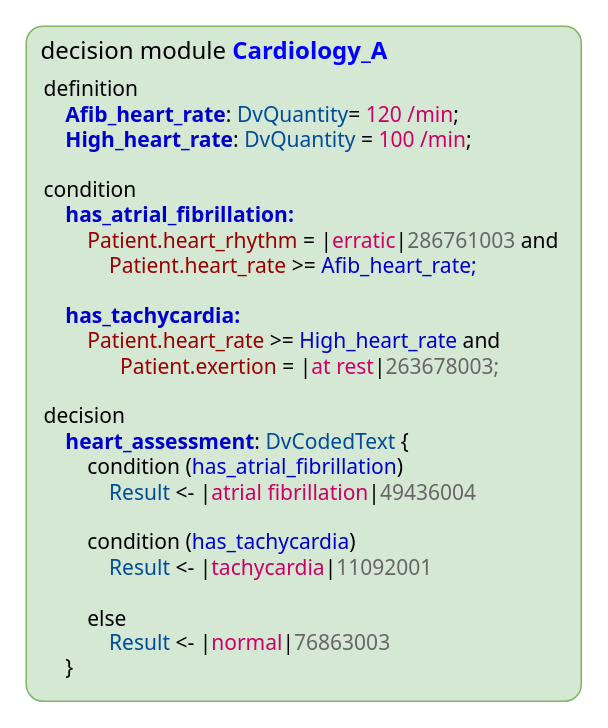
The draw.io diagram docs/decision_language/diagrams/representation_basic.drawio in openEHR/specifications-PROC, before the edit. Source tidied: cells renumbered, new cells numbered last; positions are measured from the earlier drawing's top-left corner, leaving out a move shared by most shapes. Both pictures are drawn from the tidied source at 150%, with x=0, y=0 at pixel (26, 26).
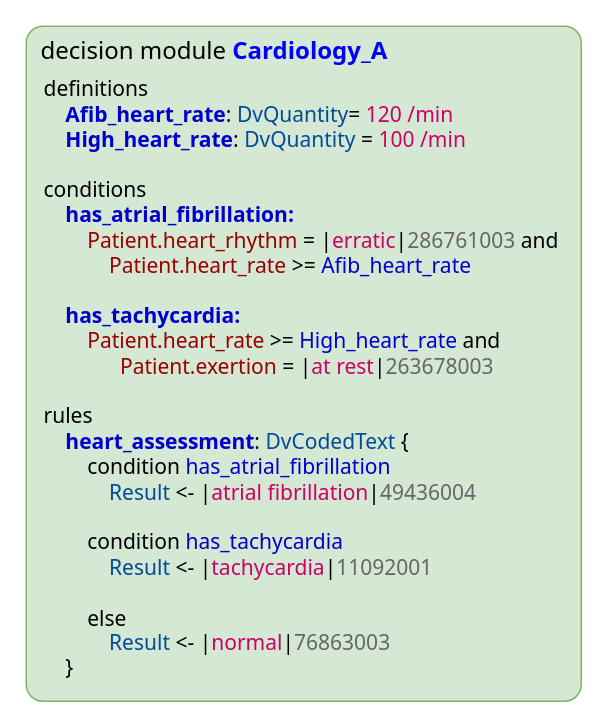
After the change.

What changed in the source:
```diff
@@
 <mxGraphModel>
   <root>
     <mxCell id="0" />
     <mxCell id="1" parent="0" />
     <mxCell id="2" value="&lt;div style=&quot;text-align: center ; font-size: 16px&quot;&gt;decision module&amp;nbsp;&lt;b style=&quot;font-size: 16px&quot;&gt;&lt;font color=&quot;#0000ff&quot; style=&quot;font-size: 16px&quot;&gt;Cardiology_A&lt;/font&gt;&lt;/b&gt;&lt;/div&gt;&lt;font color=&quot;#595959&quot; style=&quot;font-size: 16px&quot;&gt;&lt;div style=&quot;text-align: center ; font-size: 16px&quot;&gt;&lt;span style=&quot;font-size: 16px&quot;&gt;&amp;nbsp; &amp;nbsp; &amp;nbsp; &amp;nbsp; &amp;nbsp;&lt;/span&gt;&lt;span style=&quot;font-size: 16px&quot;&gt;&amp;nbsp; &amp;nbsp; &amp;nbsp; &amp;nbsp;&lt;/span&gt;&lt;/div&gt;&lt;/font&gt;" style="rounded=1;whiteSpace=wrap;html=1;fontSize=16;arcSize=3;verticalAlign=top;fillColor=#d5e8d4;strokeColor=#82b366;align=left;spacingLeft=8;fontFamily=Tahoma;" parent="1" vertex="1">
       <mxGeometry width="370" height="450" as="geometry" />
     </mxCell>
-    <mxCell id="3" value="definition&lt;br style=&quot;font-size: 14px&quot;&gt;&lt;b style=&quot;color: rgb(0 , 0 , 204) ; font-size: 14px&quot;&gt;&amp;nbsp; &amp;nbsp; Afib_heart_rate&lt;/b&gt;:&amp;nbsp;&lt;font color=&quot;#004c99&quot; style=&quot;font-size: 14px&quot;&gt;DvQuantity&lt;/font&gt;= &lt;font color=&quot;#cc0066&quot;&gt;120 /min&lt;/font&gt;;&lt;br style=&quot;font-size: 14px&quot;&gt;&lt;font color=&quot;#0000cc&quot; style=&quot;font-size: 14px&quot;&gt;&lt;b style=&quot;font-size: 14px&quot;&gt;&amp;nbsp; &amp;nbsp; High_heart_rate&lt;/b&gt;&lt;/font&gt;:&amp;nbsp;&lt;span style=&quot;color: rgb(0 , 76 , 153) ; font-size: 14px&quot;&gt;DvQuantity&lt;/span&gt;&amp;nbsp;= &lt;font color=&quot;#cc0066&quot;&gt;100 /min&lt;/font&gt;;&lt;br style=&quot;font-size: 14px&quot;&gt;&lt;br style=&quot;font-size: 14px&quot;&gt;condition&lt;br style=&quot;font-size: 14px&quot;&gt;&lt;font color=&quot;#0000cc&quot; style=&quot;font-size: 14px&quot;&gt;&lt;b style=&quot;font-size: 14px&quot;&gt;&amp;nbsp; &amp;nbsp; has_atrial_fibrillation:&lt;/b&gt;&lt;/font&gt;&lt;br style=&quot;font-size: 14px&quot;&gt;&amp;nbsp; &amp;nbsp; &amp;nbsp; &amp;nbsp;&amp;nbsp;&lt;font color=&quot;#990000&quot; style=&quot;font-size: 14px&quot;&gt;Patient.heart_rhythm&lt;/font&gt;&amp;nbsp;= |&lt;font color=&quot;#cc0066&quot;&gt;erratic&lt;/font&gt;|&lt;font color=&quot;#666666&quot;&gt;286761003&lt;/font&gt;&amp;nbsp;and&amp;nbsp;&lt;br style=&quot;font-size: 14px&quot;&gt;&amp;nbsp; &amp;nbsp; &amp;nbsp; &amp;nbsp; &amp;nbsp; &amp;nbsp;&amp;nbsp;&lt;font color=&quot;#990000&quot; style=&quot;font-size: 14px&quot;&gt;Patient.heart_rate&lt;/font&gt;&amp;nbsp;&amp;gt;=&amp;nbsp;&lt;font color=&quot;#0000cc&quot; style=&quot;font-size: 14px&quot;&gt;Afib_heart_rate;&lt;/font&gt;&lt;br style=&quot;font-size: 14px&quot;&gt;&lt;br style=&quot;font-size: 14px&quot;&gt;&lt;font color=&quot;#0000cc&quot; style=&quot;font-size: 14px&quot;&gt;&lt;b style=&quot;font-size: 14px&quot;&gt;&amp;nbsp; &amp;nbsp; has_tachycardia:&lt;/b&gt;&lt;/font&gt;&lt;br style=&quot;font-size: 14px&quot;&gt;&amp;nbsp; &amp;nbsp; &amp;nbsp; &amp;nbsp;&amp;nbsp;&lt;font color=&quot;#990000&quot; style=&quot;font-size: 14px&quot;&gt;Patient.heart_rate&lt;/font&gt;&amp;nbsp;&amp;gt;=&amp;nbsp;&lt;font color=&quot;#0000cc&quot; style=&quot;font-size: 14px&quot;&gt;High_heart_rate&lt;/font&gt;&amp;nbsp;and&amp;nbsp;&lt;br style=&quot;font-size: 14px&quot;&gt;&amp;nbsp; &amp;nbsp; &amp;nbsp; &amp;nbsp; &amp;nbsp; &amp;nbsp; &amp;nbsp; &lt;font color=&quot;#990000&quot; style=&quot;font-size: 14px&quot;&gt;Patient.exertion&lt;/font&gt;&amp;nbsp;= |&lt;font color=&quot;#cc0066&quot; style=&quot;font-size: 14px&quot;&gt;at rest&lt;/font&gt;|&lt;font color=&quot;#666666&quot;&gt;263678003;&lt;/font&gt;&lt;br style=&quot;font-size: 14px&quot;&gt;&lt;br style=&quot;font-size: 14px&quot;&gt;decision&lt;br style=&quot;font-size: 14px&quot;&gt;&lt;font color=&quot;#0000cc&quot; style=&quot;font-size: 14px&quot;&gt;&lt;b style=&quot;font-size: 14px&quot;&gt;&amp;nbsp; &amp;nbsp; heart_assessment&lt;/b&gt;&lt;/font&gt;: &lt;font color=&quot;#004c99&quot; style=&quot;font-size: 14px&quot;&gt;DvCodedText&lt;/font&gt;&amp;nbsp;{&lt;br style=&quot;font-size: 14px&quot;&gt;&amp;nbsp; &amp;nbsp; &amp;nbsp; &amp;nbsp; condition (&lt;font color=&quot;#0000cc&quot; style=&quot;font-size: 14px&quot;&gt;has_atrial_fibrillation&lt;/font&gt;)&amp;nbsp;&lt;br style=&quot;font-size: 14px&quot;&gt;&amp;nbsp; &amp;nbsp; &amp;nbsp; &amp;nbsp; &amp;nbsp; &amp;nbsp;&amp;nbsp;&lt;span style=&quot;color: rgb(0 , 76 , 153) ; font-size: 14px&quot;&gt;Result&lt;/span&gt;&amp;nbsp;&amp;lt;-&amp;nbsp;|&lt;font color=&quot;#cc0066&quot; style=&quot;font-size: 14px&quot;&gt;atrial fibrillation&lt;/font&gt;|&lt;font color=&quot;#666666&quot;&gt;49436004&lt;/font&gt;&lt;br style=&quot;font-size: 14px&quot;&gt;&lt;br style=&quot;font-size: 14px&quot;&gt;&amp;nbsp; &amp;nbsp; &amp;nbsp; &amp;nbsp; condition (&lt;font color=&quot;#0000cc&quot; style=&quot;font-size: 14px&quot;&gt;has_tachycardia&lt;/font&gt;)&lt;br style=&quot;font-size: 14px&quot;&gt;&amp;nbsp; &amp;nbsp; &amp;nbsp; &amp;nbsp; &amp;nbsp; &amp;nbsp;&amp;nbsp;&lt;span style=&quot;color: rgb(0 , 76 , 153) ; font-size: 14px&quot;&gt;Result&lt;/span&gt;&amp;nbsp;&amp;lt;-&amp;nbsp;|&lt;font color=&quot;#cc0066&quot; style=&quot;font-size: 14px&quot;&gt;tachycardia&lt;/font&gt;|&lt;font color=&quot;#666666&quot;&gt;11092001&lt;/font&gt;&lt;br style=&quot;font-size: 14px&quot;&gt;&lt;br style=&quot;font-size: 14px&quot;&gt;&amp;nbsp; &amp;nbsp; &amp;nbsp; &amp;nbsp; else&amp;nbsp;&lt;br style=&quot;font-size: 14px&quot;&gt;&amp;nbsp; &amp;nbsp; &amp;nbsp; &amp;nbsp; &amp;nbsp; &amp;nbsp;&amp;nbsp;&lt;span style=&quot;color: rgb(0 , 76 , 153) ; font-size: 14px&quot;&gt;Result&lt;/span&gt;&amp;nbsp;&amp;lt;- |&lt;font color=&quot;#cc0066&quot; style=&quot;font-size: 14px&quot;&gt;normal&lt;/font&gt;|&lt;font color=&quot;#666666&quot;&gt;76863003&lt;/font&gt;&lt;br style=&quot;font-size: 14px&quot;&gt;&amp;nbsp; &amp;nbsp; }" style="text;align=left;verticalAlign=middle;html=1;fontSize=14;fontFamily=Tahoma;" parent="1" vertex="1">
+    <mxCell id="3" value="definitions&lt;br style=&quot;font-size: 14px&quot;&gt;&lt;b style=&quot;color: rgb(0 , 0 , 204) ; font-size: 14px&quot;&gt;&amp;nbsp; &amp;nbsp; Afib_heart_rate&lt;/b&gt;:&amp;nbsp;&lt;font color=&quot;#004c99&quot; style=&quot;font-size: 14px&quot;&gt;DvQuantity&lt;/font&gt;= &lt;font color=&quot;#cc0066&quot;&gt;120 /min&lt;/font&gt;&lt;br style=&quot;font-size: 14px&quot;&gt;&lt;font color=&quot;#0000cc&quot; style=&quot;font-size: 14px&quot;&gt;&lt;b style=&quot;font-size: 14px&quot;&gt;&amp;nbsp; &amp;nbsp; High_heart_rate&lt;/b&gt;&lt;/font&gt;:&amp;nbsp;&lt;span style=&quot;color: rgb(0 , 76 , 153) ; font-size: 14px&quot;&gt;DvQuantity&lt;/span&gt;&amp;nbsp;= &lt;font color=&quot;#cc0066&quot;&gt;100 /min&lt;/font&gt;&lt;br style=&quot;font-size: 14px&quot;&gt;&lt;br style=&quot;font-size: 14px&quot;&gt;conditions&lt;br style=&quot;font-size: 14px&quot;&gt;&lt;font color=&quot;#0000cc&quot; style=&quot;font-size: 14px&quot;&gt;&lt;b style=&quot;font-size: 14px&quot;&gt;&amp;nbsp; &amp;nbsp; has_atrial_fibrillation:&lt;/b&gt;&lt;/font&gt;&lt;br style=&quot;font-size: 14px&quot;&gt;&amp;nbsp; &amp;nbsp; &amp;nbsp; &amp;nbsp;&amp;nbsp;&lt;font color=&quot;#990000&quot; style=&quot;font-size: 14px&quot;&gt;Patient.heart_rhythm&lt;/font&gt;&amp;nbsp;= |&lt;font color=&quot;#cc0066&quot;&gt;erratic&lt;/font&gt;|&lt;font color=&quot;#666666&quot;&gt;286761003&lt;/font&gt;&amp;nbsp;and&amp;nbsp;&lt;br style=&quot;font-size: 14px&quot;&gt;&amp;nbsp; &amp;nbsp; &amp;nbsp; &amp;nbsp; &amp;nbsp; &amp;nbsp;&amp;nbsp;&lt;font color=&quot;#990000&quot; style=&quot;font-size: 14px&quot;&gt;Patient.heart_rate&lt;/font&gt;&amp;nbsp;&amp;gt;=&amp;nbsp;&lt;font color=&quot;#0000cc&quot; style=&quot;font-size: 14px&quot;&gt;Afib_heart_rate&lt;/font&gt;&lt;br style=&quot;font-size: 14px&quot;&gt;&lt;br style=&quot;font-size: 14px&quot;&gt;&lt;font color=&quot;#0000cc&quot; style=&quot;font-size: 14px&quot;&gt;&lt;b style=&quot;font-size: 14px&quot;&gt;&amp;nbsp; &amp;nbsp; has_tachycardia:&lt;/b&gt;&lt;/font&gt;&lt;br style=&quot;font-size: 14px&quot;&gt;&amp;nbsp; &amp;nbsp; &amp;nbsp; &amp;nbsp;&amp;nbsp;&lt;font color=&quot;#990000&quot; style=&quot;font-size: 14px&quot;&gt;Patient.heart_rate&lt;/font&gt;&amp;nbsp;&amp;gt;=&amp;nbsp;&lt;font color=&quot;#0000cc&quot; style=&quot;font-size: 14px&quot;&gt;High_heart_rate&lt;/font&gt;&amp;nbsp;and&amp;nbsp;&lt;br style=&quot;font-size: 14px&quot;&gt;&amp;nbsp; &amp;nbsp; &amp;nbsp; &amp;nbsp; &amp;nbsp; &amp;nbsp; &amp;nbsp; &lt;font color=&quot;#990000&quot; style=&quot;font-size: 14px&quot;&gt;Patient.exertion&lt;/font&gt;&amp;nbsp;= |&lt;font color=&quot;#cc0066&quot; style=&quot;font-size: 14px&quot;&gt;at rest&lt;/font&gt;|&lt;font color=&quot;#666666&quot;&gt;263678003&lt;/font&gt;&lt;br style=&quot;font-size: 14px&quot;&gt;&lt;br style=&quot;font-size: 14px&quot;&gt;rules&lt;br style=&quot;font-size: 14px&quot;&gt;&lt;font color=&quot;#0000cc&quot; style=&quot;font-size: 14px&quot;&gt;&lt;b style=&quot;font-size: 14px&quot;&gt;&amp;nbsp; &amp;nbsp; heart_assessment&lt;/b&gt;&lt;/font&gt;: &lt;font color=&quot;#004c99&quot; style=&quot;font-size: 14px&quot;&gt;DvCodedText&lt;/font&gt;&amp;nbsp;{&lt;br style=&quot;font-size: 14px&quot;&gt;&amp;nbsp; &amp;nbsp; &amp;nbsp; &amp;nbsp; condition &lt;font color=&quot;#0000cc&quot; style=&quot;font-size: 14px&quot;&gt;has_atrial_fibrillation&lt;/font&gt;&lt;br style=&quot;font-size: 14px&quot;&gt;&amp;nbsp; &amp;nbsp; &amp;nbsp; &amp;nbsp; &amp;nbsp; &amp;nbsp;&amp;nbsp;&lt;span style=&quot;color: rgb(0 , 76 , 153) ; font-size: 14px&quot;&gt;Result&lt;/span&gt;&amp;nbsp;&amp;lt;-&amp;nbsp;|&lt;font color=&quot;#cc0066&quot; style=&quot;font-size: 14px&quot;&gt;atrial fibrillation&lt;/font&gt;|&lt;font color=&quot;#666666&quot;&gt;49436004&lt;/font&gt;&lt;br style=&quot;font-size: 14px&quot;&gt;&lt;br style=&quot;font-size: 14px&quot;&gt;&amp;nbsp; &amp;nbsp; &amp;nbsp; &amp;nbsp; condition &lt;font color=&quot;#0000cc&quot; style=&quot;font-size: 14px&quot;&gt;has_tachycardia&lt;/font&gt;&lt;br style=&quot;font-size: 14px&quot;&gt;&amp;nbsp; &amp;nbsp; &amp;nbsp; &amp;nbsp; &amp;nbsp; &amp;nbsp;&amp;nbsp;&lt;span style=&quot;color: rgb(0 , 76 , 153) ; font-size: 14px&quot;&gt;Result&lt;/span&gt;&amp;nbsp;&amp;lt;-&amp;nbsp;|&lt;font color=&quot;#cc0066&quot; style=&quot;font-size: 14px&quot;&gt;tachycardia&lt;/font&gt;|&lt;font color=&quot;#666666&quot;&gt;11092001&lt;/font&gt;&lt;br style=&quot;font-size: 14px&quot;&gt;&lt;br style=&quot;font-size: 14px&quot;&gt;&amp;nbsp; &amp;nbsp; &amp;nbsp; &amp;nbsp; else&amp;nbsp;&lt;br style=&quot;font-size: 14px&quot;&gt;&amp;nbsp; &amp;nbsp; &amp;nbsp; &amp;nbsp; &amp;nbsp; &amp;nbsp;&amp;nbsp;&lt;span style=&quot;color: rgb(0 , 76 , 153) ; font-size: 14px&quot;&gt;Result&lt;/span&gt;&amp;nbsp;&amp;lt;- |&lt;font color=&quot;#cc0066&quot; style=&quot;font-size: 14px&quot;&gt;normal&lt;/font&gt;|&lt;font color=&quot;#666666&quot;&gt;76863003&lt;/font&gt;&lt;br style=&quot;font-size: 14px&quot;&gt;&amp;nbsp; &amp;nbsp; }" style="text;align=left;verticalAlign=middle;html=1;fontSize=14;fontFamily=Tahoma;" parent="1" vertex="1">
       <mxGeometry x="10" y="30" width="350" height="410" as="geometry" />
     </mxCell>
   </root>
 </mxGraphModel>
```
